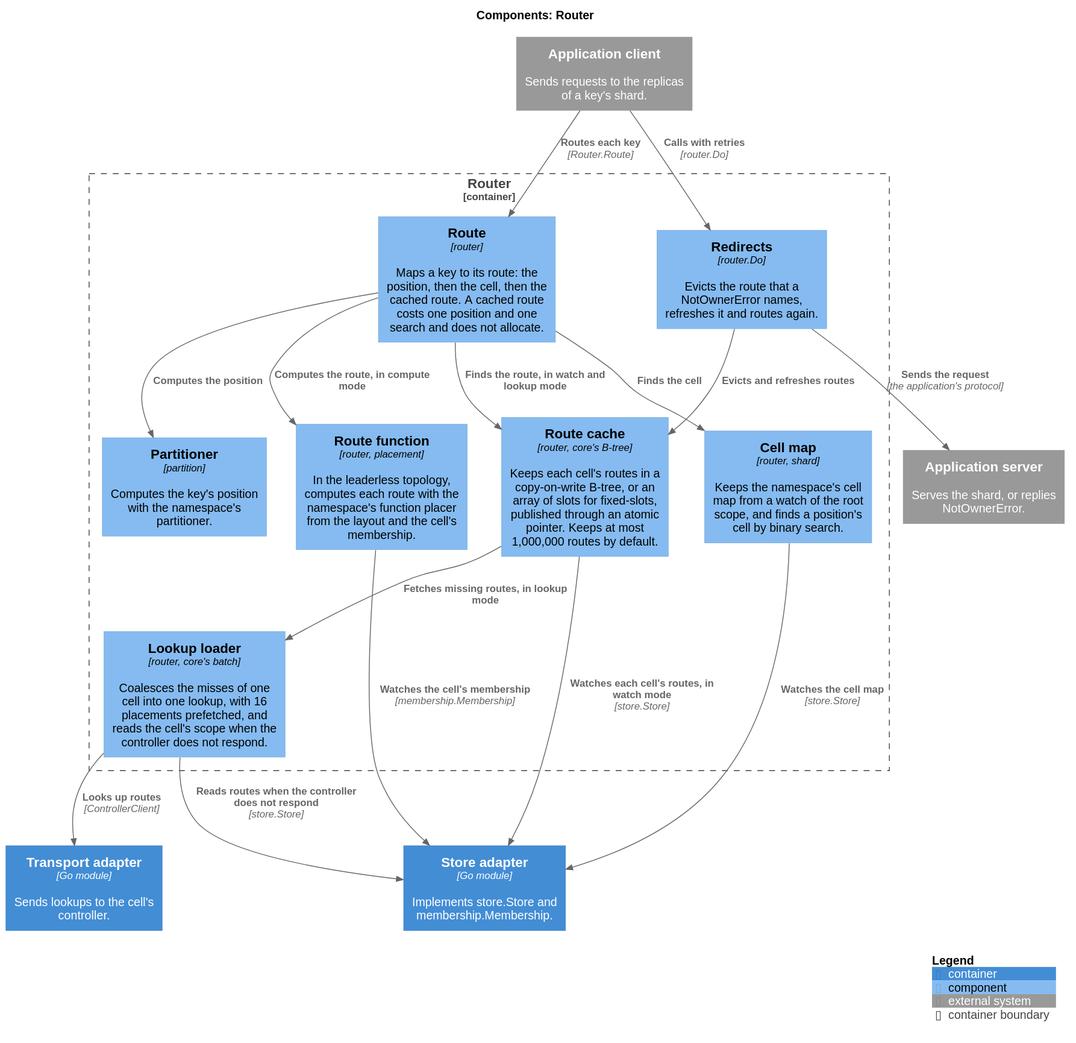
The PlantUML diagram docs/c4/components/router.svg in thesm-os/sharder, before a commit.
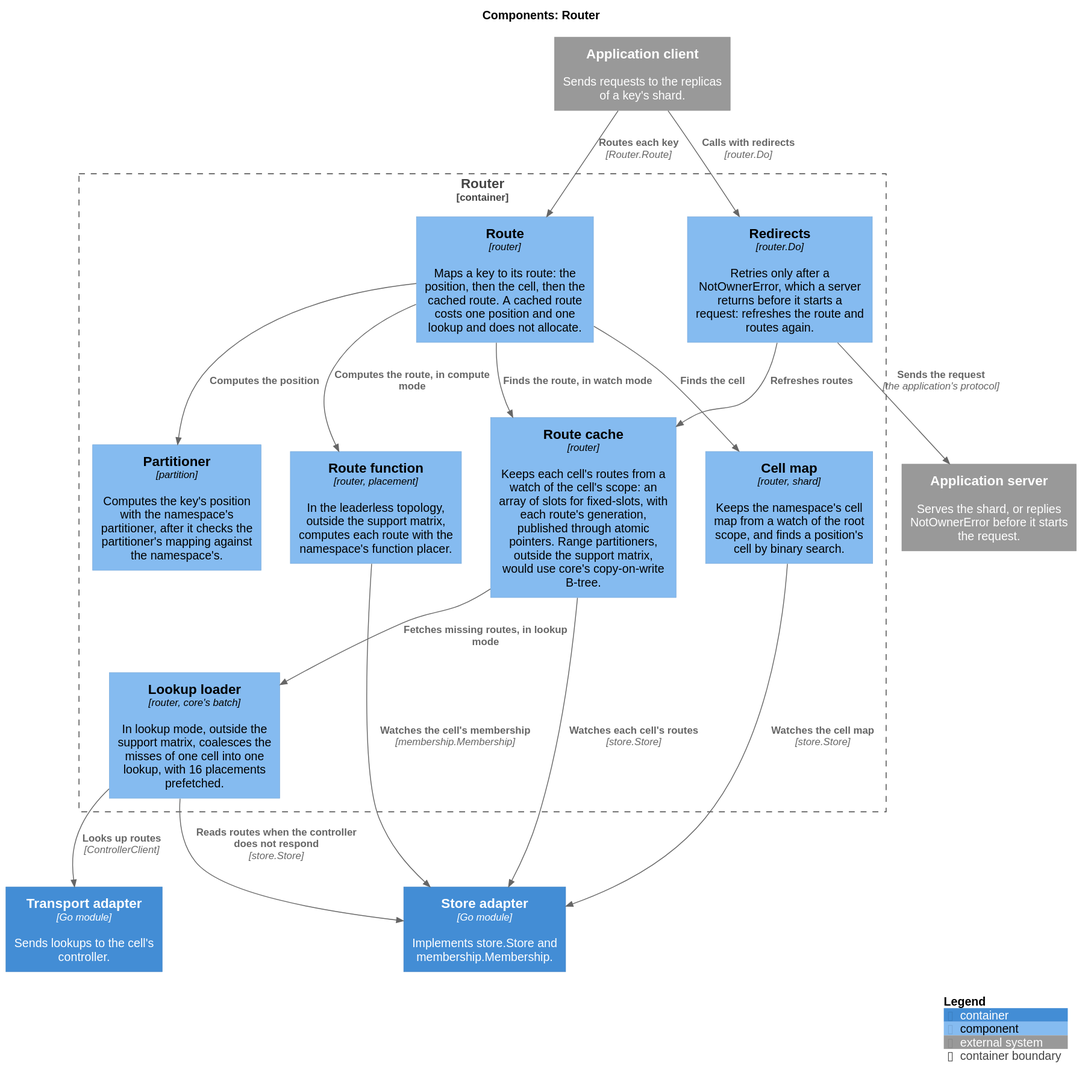
The same file after the commit.

The edit, as a diff of the source:
```diff
@@ -6,33 +6,33 @@
 System_Ext(client, "Application client", "Sends requests to the replicas of a key's shard.")
 
 Container_Boundary(router, "Router") {
-    Component(route, "Route", "router", "Maps a key to its route: the position, then the cell, then the cached route. A cached route costs one position and one search and does not allocate.")
-    Component(partitioner, "Partitioner", "partition", "Computes the key's position with the namespace's partitioner.")
+    Component(route, "Route", "router", "Maps a key to its route: the position, then the cell, then the cached route. A cached route costs one position and one lookup and does not allocate.")
+    Component(partitioner, "Partitioner", "partition", "Computes the key's position with the namespace's partitioner, after it checks the partitioner's mapping against the namespace's.")
     Component(cellmap, "Cell map", "router, shard", "Keeps the namespace's cell map from a watch of the root scope, and finds a position's cell by binary search.")
-    Component(cache, "Route cache", "router, core's B-tree", "Keeps each cell's routes in a copy-on-write B-tree, or an array of slots for fixed-slots, published through an atomic pointer. Keeps at most 1,000,000 routes by default.")
-    Component(loader, "Lookup loader", "router, core's batch", "Coalesces the misses of one cell into one lookup, with 16 placements prefetched, and reads the cell's scope when the controller does not respond.")
-    Component(compute, "Route function", "router, placement", "In the leaderless topology, computes each route with the namespace's function placer from the layout and the cell's membership.")
-    Component(retry, "Redirects", "router.Do", "Evicts the route that a NotOwnerError names, refreshes it and routes again.")
+    Component(cache, "Route cache", "router", "Keeps each cell's routes from a watch of the cell's scope: an array of slots for fixed-slots, with each route's generation, published through atomic pointers. Range partitioners, outside the support matrix, would use core's copy-on-write B-tree.")
+    Component(loader, "Lookup loader", "router, core's batch", "In lookup mode, outside the support matrix, coalesces the misses of one cell into one lookup, with 16 placements prefetched.")
+    Component(compute, "Route function", "router, placement", "In the leaderless topology, outside the support matrix, computes each route with the namespace's function placer.")
+    Component(retry, "Redirects", "router.Do", "Retries only after a NotOwnerError, which a server returns before it starts a request: refreshes the route and routes again.")
 }
 
 Container(transport, "Transport adapter", "Go module", "Sends lookups to the cell's controller.")
 Container(adapters, "Store adapter", "Go module", "Implements store.Store and membership.Membership.")
-System_Ext(server, "Application server", "Serves the shard, or replies NotOwnerError.")
+System_Ext(server, "Application server", "Serves the shard, or replies NotOwnerError before it starts the request.")
 
 Rel(client, route, "Routes each key", "Router.Route")
-Rel(client, retry, "Calls with retries", "router.Do")
+Rel(client, retry, "Calls with redirects", "router.Do")
 Rel(route, partitioner, "Computes the position")
 Rel(route, cellmap, "Finds the cell")
-Rel(route, cache, "Finds the route, in watch and lookup mode")
+Rel(route, cache, "Finds the route, in watch mode")
 Rel(route, compute, "Computes the route, in compute mode")
 Rel(cache, loader, "Fetches missing routes, in lookup mode")
-Rel(retry, cache, "Evicts and refreshes routes")
+Rel(retry, cache, "Refreshes routes")
 Rel(retry, server, "Sends the request", "the application's protocol")
 
 Rel(loader, transport, "Looks up routes", "ControllerClient")
 Rel(loader, adapters, "Reads routes when the controller does not respond", "store.Store")
 Rel(cellmap, adapters, "Watches the cell map", "store.Store")
-Rel(cache, adapters, "Watches each cell's routes, in watch mode", "store.Store")
+Rel(cache, adapters, "Watches each cell's routes", "store.Store")
 Rel(compute, adapters, "Watches the cell's membership", "membership.Membership")
 
 SHOW_LEGEND()
```
